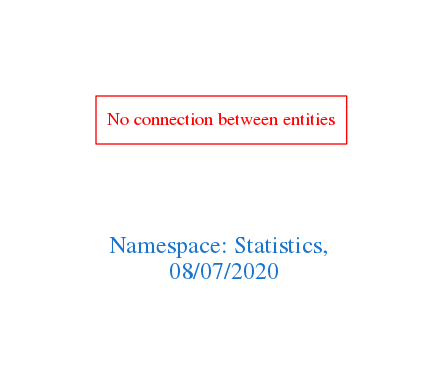
The Graphviz diagram downloads/Statistics.png in arago/OGIT, before a commit. Its source is kept beside it as downloads/Statistics.dot.
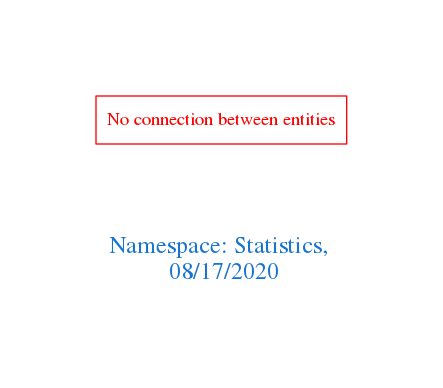
After the commit.

Diff of the diagram source:
```diff
@@ -1,7 +1,7 @@
 digraph OGIT_ontology {
  graph [ rankdir= LR,pad=1
 fontsize = 18,
-fontcolor= dodgerblue3,label = "\n\n\nNamespace: Statistics, \n 08/07/2020"];
+fontcolor= dodgerblue3,label = "\n\n\nNamespace: Statistics, \n 08/17/2020"];
 node[shape=polygon];
 edge [  color="gray81"];
 
```
